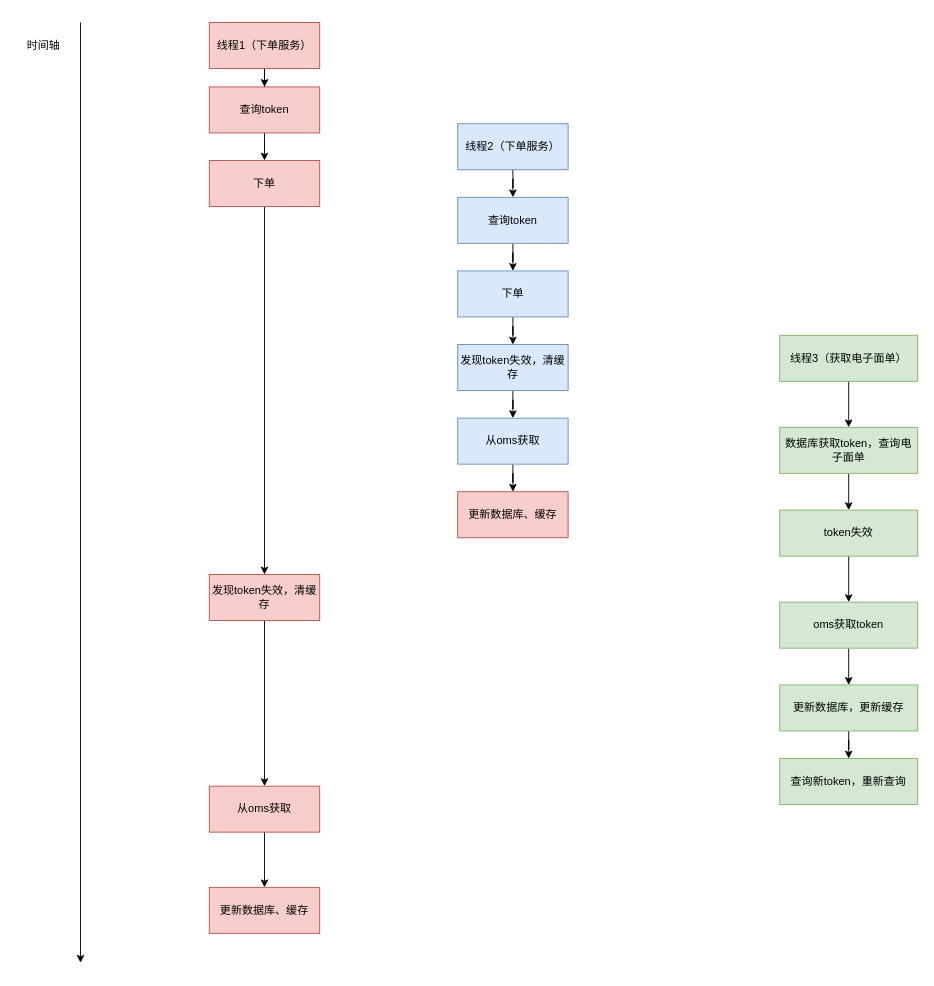
pipisay/draw keeps this draw.io diagram as page "并发场景2" (7 of 7) of token同步.drawio. Above is the earlier version. Source tidied: cells renumbered, new cells numbered last; positions are measured from the earlier drawing's top-left corner, leaving out a move shared by most shapes. Both pictures are drawn from the tidied source at 92%, with x=0, y=0 at pixel (16, 22).
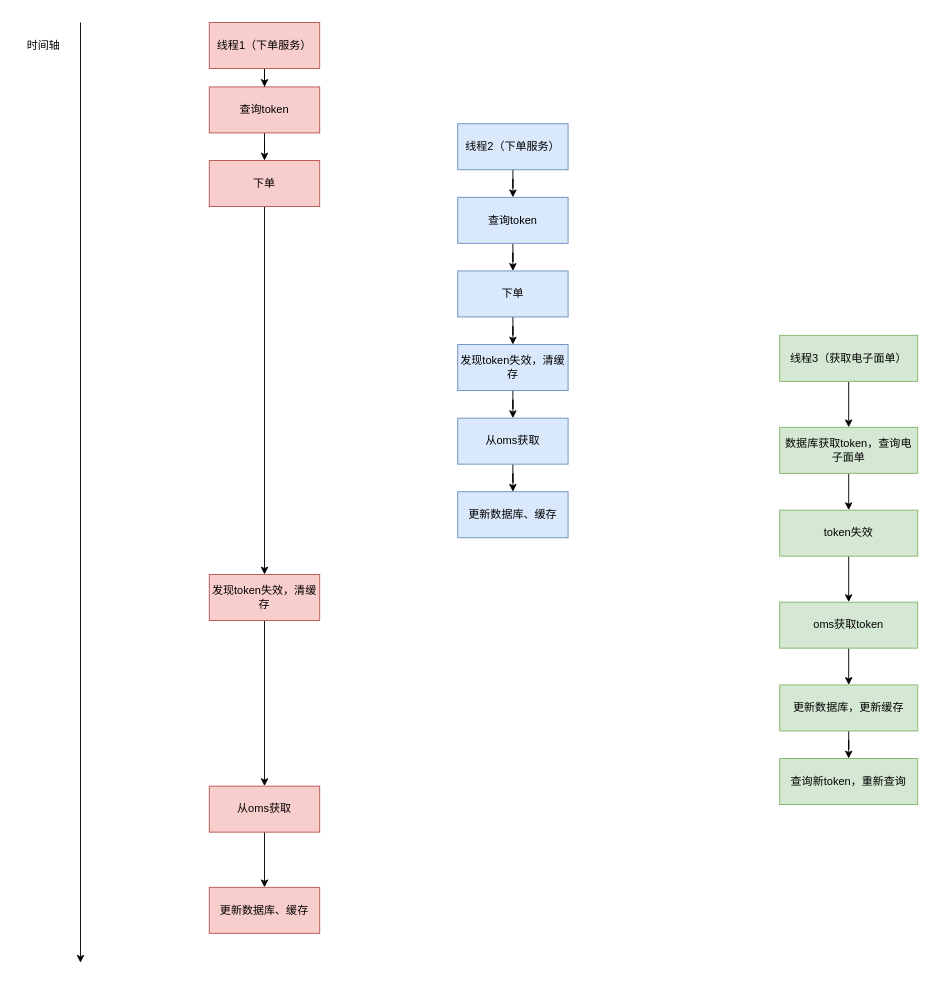
After the change.

What changed in the source:
```diff
@@
-    <mxCell id="36" value="更新数据库、缓存" style="rounded=0;whiteSpace=wrap;html=1;fillColor=#f8cecc;strokeColor=#b85450;" parent="1" vertex="1">
+    <mxCell id="36" value="更新数据库、缓存" style="rounded=0;whiteSpace=wrap;html=1;fillColor=#dae8fc;strokeColor=#6c8ebf;" parent="1" vertex="1">
       <mxGeometry x="480" y="510" width="120" height="50" as="geometry" />
     </mxCell>
```
